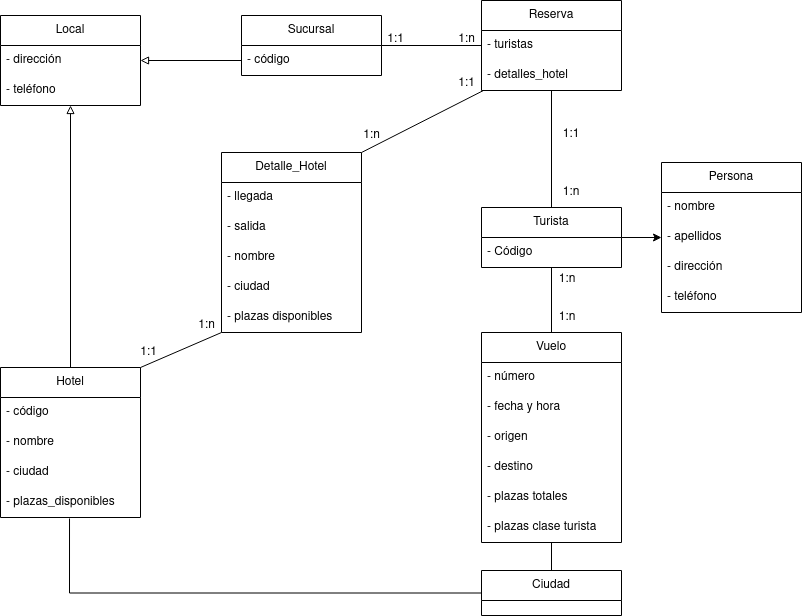
Earlier version of the draw.io export Tema 5. Diagramas de clase/Tarea 2. Agencia viajes/img/AgenciaViajes.drawio.png (colidom/ets). Source tidied: cells renumbered, new cells last; positions are measured from the earlier drawing's top-left corner, leaving out a move shared by most shapes.
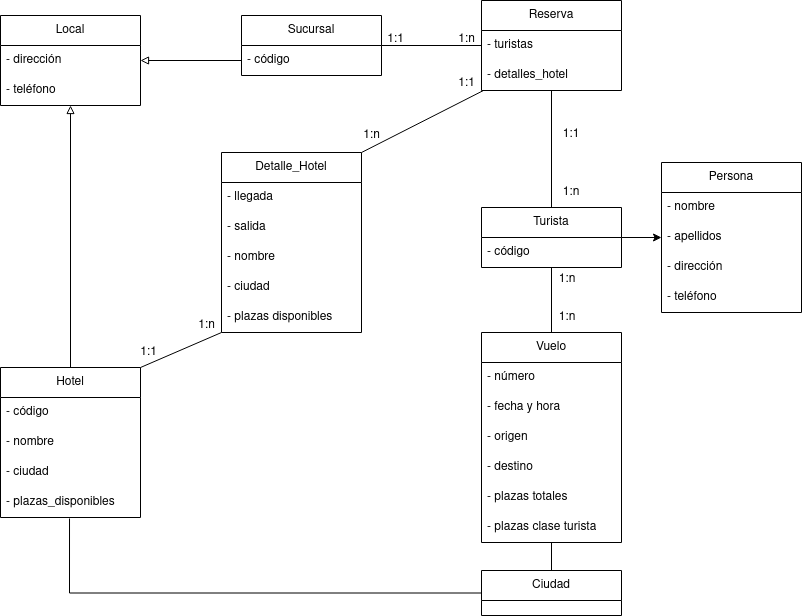
Above is the later version.

What changed in the source:
```diff
@@ -106,7 +106,7 @@
     <mxCell id="35" value="Turista" style="swimlane;fontStyle=0;horizontal=1;startSize=30;whiteSpace=wrap;html=1;" parent="1" vertex="1">
       <mxGeometry x="481" y="207" width="140" height="60" as="geometry" />
     </mxCell>
-    <mxCell id="36" value="- Código" style="text;strokeColor=none;fillColor=none;align=left;verticalAlign=middle;spacingLeft=4;spacingRight=4;overflow=hidden;points=[[0,0.5],[1,0.5]];portConstraint=eastwest;whiteSpace=wrap;html=1;" parent="35" vertex="1">
+    <mxCell id="36" value="- código" style="text;strokeColor=none;fillColor=none;align=left;verticalAlign=middle;spacingLeft=4;spacingRight=4;overflow=hidden;points=[[0,0.5],[1,0.5]];portConstraint=eastwest;whiteSpace=wrap;html=1;" parent="35" vertex="1">
       <mxGeometry y="30" width="140" height="30" as="geometry" />
     </mxCell>
     <mxCell id="37" style="edgeStyle=none;rounded=0;jettySize=auto;html=1;startArrow=none;startFill=0;endArrow=none;endFill=0;exitX=0.5;exitY=0;exitDx=0;exitDy=0;entryX=0.5;entryY=1;entryDx=0;entryDy=0;" parent="1" edge="1" source="35" target="20">
```
